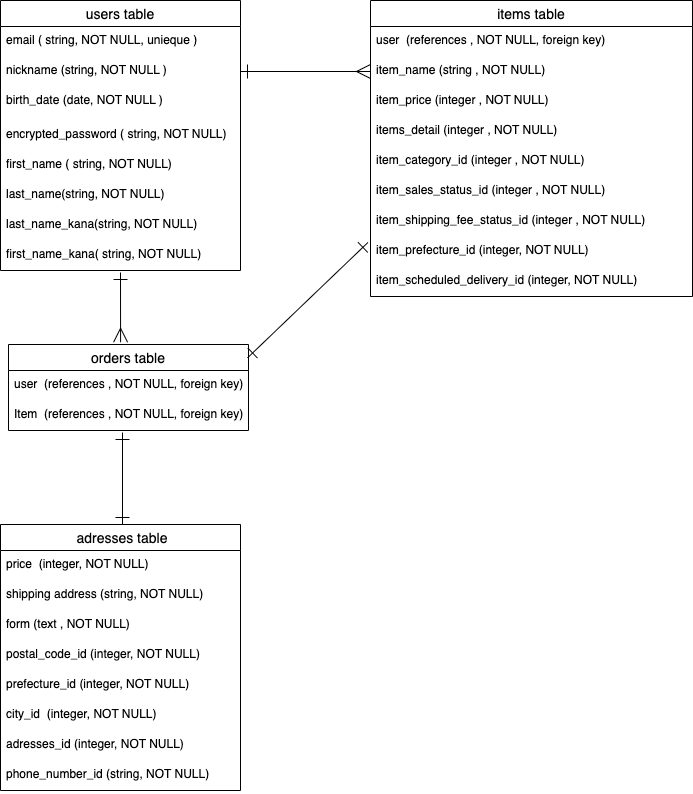
Earlier version of the draw.io export app/views/orders/furima.ER..drawio.png (Jyoumama/furima-40508). Source tidied: cells renumbered, new cells last; positions are measured from the earlier drawing's top-left corner, leaving out a move shared by most shapes.
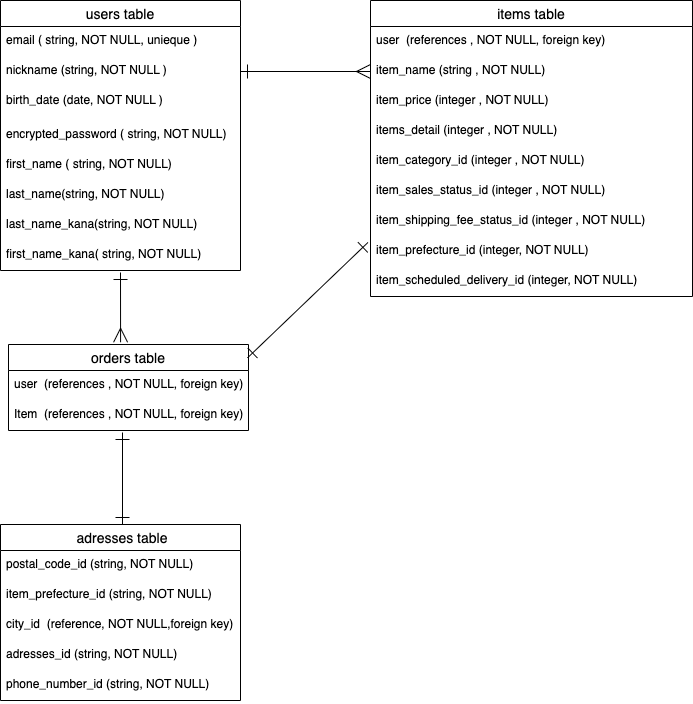
Above is the later version.

Commit message:
READMEとER図の４回目の修正

The edit, as a diff of the source:
```diff
@@ -77,31 +77,22 @@
       <mxGeometry relative="1" as="geometry" />
     </mxCell>
     <mxCell id="26" value=" adresses table" style="swimlane;fontStyle=0;horizontal=1;startSize=26;align=center;fontSize=14;" parent="1" vertex="1">
-      <mxGeometry y="524" width="240" height="266" as="geometry" />
+      <mxGeometry y="524" width="240" height="176" as="geometry" />
     </mxCell>
-    <mxCell id="27" value="price  (integer, NOT NULL)" style="text;strokeColor=none;fillColor=none;spacingLeft=4;spacingRight=4;overflow=hidden;fontSize=12;" parent="26" vertex="1">
-      <mxGeometry y="26" width="240" height="30" as="geometry" />
-    </mxCell>
-    <mxCell id="28" value="shipping address (string, NOT NULL)" style="text;strokeColor=none;fillColor=none;spacingLeft=4;spacingRight=4;overflow=hidden;fontSize=12;" parent="26" vertex="1">
-      <mxGeometry y="56" width="240" height="30" as="geometry" />
-    </mxCell>
-    <mxCell id="29" value="form (text , NOT NULL)" style="text;strokeColor=none;fillColor=none;spacingLeft=4;spacingRight=4;overflow=hidden;fontSize=12;" parent="26" vertex="1">
-      <mxGeometry y="86" width="240" height="30" as="geometry" />
-    </mxCell>
-    <mxCell id="30" value="postal_code_id (integer, NOT NULL)" style="text;strokeColor=none;fillColor=none;spacingLeft=4;spacingRight=4;overflow=hidden;fontSize=12;" parent="26" vertex="1">
-      <mxGeometry y="116" width="240" height="30" as="geometry" />
+    <mxCell id="30" value="postal_code_id (string, NOT NULL)" style="text;strokeColor=none;fillColor=none;spacingLeft=4;spacingRight=4;overflow=hidden;fontSize=12;" parent="26" vertex="1">
+      <mxGeometry y="26" width="240" height="30" as="geometry" />
     </mxCell>
-    <mxCell id="31" value="prefecture_id (integer, NOT NULL)" style="text;strokeColor=none;fillColor=none;spacingLeft=4;spacingRight=4;overflow=hidden;fontSize=12;" parent="26" vertex="1">
-      <mxGeometry y="146" width="240" height="30" as="geometry" />
+    <mxCell id="31" value="item_prefecture_id (string, NOT NULL)" style="text;strokeColor=none;fillColor=none;spacingLeft=4;spacingRight=4;overflow=hidden;fontSize=12;" parent="26" vertex="1">
+      <mxGeometry y="56" width="240" height="30" as="geometry" />
     </mxCell>
-    <mxCell id="32" value="city_id  (integer, NOT NULL)" style="text;strokeColor=none;fillColor=none;spacingLeft=4;spacingRight=4;overflow=hidden;fontSize=12;" parent="26" vertex="1">
-      <mxGeometry y="176" width="240" height="30" as="geometry" />
+    <mxCell id="32" value="city_id  (reference, NOT NULL,foreign key)" style="text;strokeColor=none;fillColor=none;spacingLeft=4;spacingRight=4;overflow=hidden;fontSize=12;" parent="26" vertex="1">
+      <mxGeometry y="86" width="240" height="30" as="geometry" />
     </mxCell>
-    <mxCell id="33" value="adresses_id (integer, NOT NULL)" style="text;strokeColor=none;fillColor=none;spacingLeft=4;spacingRight=4;overflow=hidden;fontSize=12;" parent="26" vertex="1">
-      <mxGeometry y="206" width="240" height="30" as="geometry" />
+    <mxCell id="33" value="adresses_id (string, NOT NULL)" style="text;strokeColor=none;fillColor=none;spacingLeft=4;spacingRight=4;overflow=hidden;fontSize=12;" parent="26" vertex="1">
+      <mxGeometry y="116" width="240" height="30" as="geometry" />
     </mxCell>
     <mxCell id="34" value="phone_number_id (string, NOT NULL)" style="text;strokeColor=none;fillColor=none;spacingLeft=4;spacingRight=4;overflow=hidden;fontSize=12;" parent="26" vertex="1">
-      <mxGeometry y="236" width="240" height="30" as="geometry" />
+      <mxGeometry y="146" width="240" height="30" as="geometry" />
     </mxCell>
     <mxCell id="35" style="edgeStyle=none;html=1;exitX=1;exitY=0.5;exitDx=0;exitDy=0;entryX=0;entryY=0.5;entryDx=0;entryDy=0;endArrow=ERmany;endFill=0;jumpSize=10;endSize=12;startArrow=ERone;startFill=0;startSize=12;" parent="1" edge="1" source="4">
       <mxGeometry relative="1" as="geometry">
```
